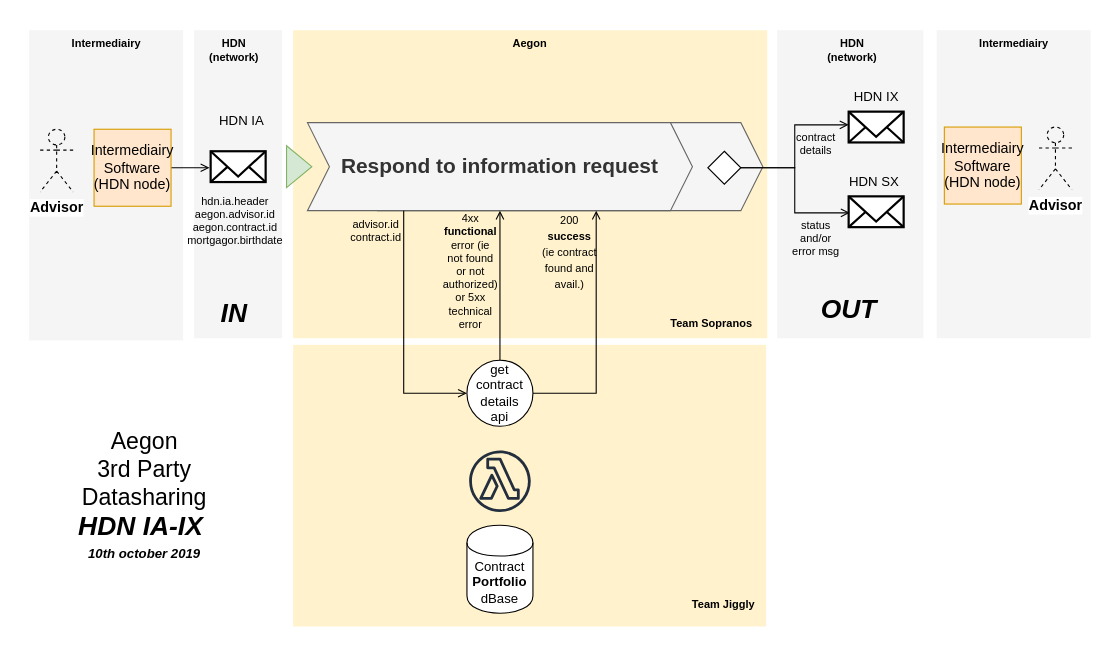
Above: page "Communicatie" (1 of 11) of 3rdParty-HDN.drawio in luchthandel/diagrams (draw.io), before the change. Source tidied: cells renumbered, new cells numbered last; positions are measured from the earlier drawing's top-left corner, leaving out a move shared by most shapes. Both pictures are drawn from the tidied source at 110%, with x=0, y=0 at pixel (29, 30).
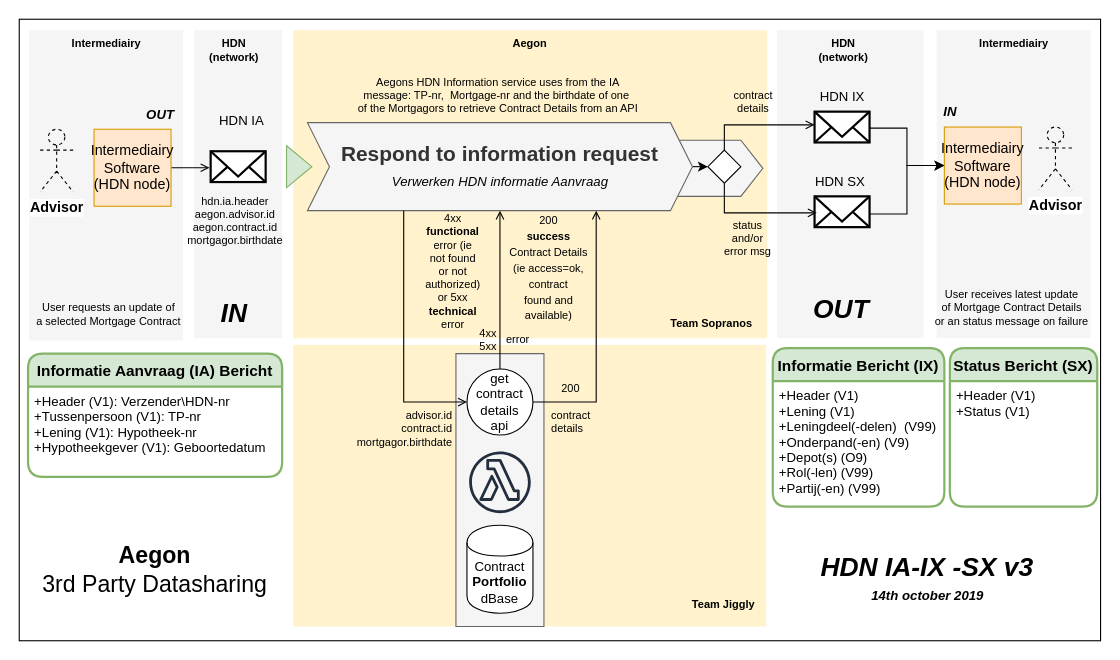
The same page after the edit.

The change refers to these unchanged cells:
```xml
<mxCell id="21" style="html=1;verticalLabelPosition=bottom;align=center;labelBackgroundColor=#ffffff;verticalAlign=top;strokeWidth=2;strokeColor=#000000;fillColor=#ffffff;shadow=0;dashed=0;shape=mxgraph.ios7.icons.mail;" parent="20" vertex="1">
  <mxGeometry x="5" y="27" width="50" height="28" as="geometry" />
</mxCell>
<mxCell id="44" value="Intermediairy&lt;br&gt;Software&lt;br&gt;(HDN node)" style="whiteSpace=wrap;html=1;strokeWidth=1;fillColor=#ffe6cc;fontSize=13;align=center;strokeColor=#d79b00;" parent="1" vertex="1">
  <mxGeometry x="832" y="88" width="70" height="70" as="geometry" />
</mxCell>
```

The edit, as a diff of the source:
```diff
@@
+    <mxCell id="54" style="rounded=0;whiteSpace=wrap;html=1;shadow=0;glass=0;comic=0;fontSize=11;align=center;fillColor=none;" parent="1" vertex="1">
+      <mxGeometry x="-9" y="-10" width="983" height="565" as="geometry" />
+    </mxCell>
@@
     <mxCell id="7" style="shape=step;perimeter=stepPerimeter;whiteSpace=wrap;html=1;fixedSize=1;fontSize=19;align=center;fillColor=#f5f5f5;strokeColor=#666666;fontColor=#333333;" parent="1" vertex="1">
-      <mxGeometry x="317" y="84" width="350" height="80" as="geometry" />
+      <mxGeometry x="317" y="100" width="350" height="51" as="geometry" />
     </mxCell>
+    <mxCell id="55" style="rounded=0;jettySize=auto;html=1;exitX=1;exitY=0.5;exitDx=0;exitDy=0;entryX=0;entryY=0.5;entryDx=0;entryDy=0;fontSize=11;" parent="1" edge="1" source="8" target="25">
+      <mxGeometry relative="1" as="geometry" />
+    </mxCell>
-    <mxCell id="8" value="&lt;b&gt;Respond to information request&lt;/b&gt;" style="shape=step;perimeter=stepPerimeter;whiteSpace=wrap;html=1;fixedSize=1;fontSize=19;align=center;fillColor=#f5f5f5;strokeColor=#666666;fontColor=#333333;" parent="1" vertex="1">
+    <mxCell id="8" value="&lt;b&gt;Respond to information request&lt;br&gt;&lt;br&gt;&lt;/b&gt;" style="shape=step;perimeter=stepPerimeter;whiteSpace=wrap;html=1;fixedSize=1;fontSize=19;align=center;fillColor=#f5f5f5;strokeColor=#666666;fontColor=#333333;" parent="1" vertex="1">
       <mxGeometry x="253" y="84" width="350" height="80" as="geometry" />
     </mxCell>
@@
-    <mxCell id="10" style="edgeStyle=orthogonalEdgeStyle;rounded=0;jettySize=auto;html=1;exitX=0.25;exitY=1;exitDx=0;exitDy=0;entryX=0;entryY=0.5;entryDx=0;entryDy=0;endArrow=open;endFill=0;" parent="1" edge="1" source="8" target="28">
-      <mxGeometry relative="1" as="geometry" />
-    </mxCell>
@@
-    <mxCell id="14" style="group;" parent="1" vertex="1">
-      <mxGeometry x="691" y="47" width="110" height="260" as="geometry" />
-    </mxCell>
-    <mxCell id="15" style="html=1;verticalLabelPosition=bottom;align=center;labelBackgroundColor=#ffffff;verticalAlign=top;strokeWidth=2;strokeColor=#000000;fillColor=#ffffff;shadow=0;dashed=0;shape=mxgraph.ios7.icons.mail;" parent="14" vertex="1">
-      <mxGeometry x="54" y="27" width="50" height="28" as="geometry" />
-    </mxCell>
-    <mxCell id="16" value="HDN IX" style="text;html=1;align=center;" parent="14" vertex="1">
-      <mxGeometry x="51" width="55" height="30" as="geometry" />
-    </mxCell>
-    <mxCell id="17" value="contract&lt;br&gt;details" style="text;html=1;align=center;fontSize=10;" parent="14" vertex="1">
-      <mxGeometry x="-4" y="37.5" width="55" height="35" as="geometry" />
-    </mxCell>
-    <mxCell id="18" style="group;" parent="14" vertex="1">
-      <mxGeometry x="27.5" y="185" width="53" height="43" as="geometry" />
-    </mxCell>
-    <mxCell id="19" value="&lt;b style=&quot;font-size: 24px ; font-style: italic&quot;&gt;OUT&lt;/b&gt;" style="text;html=1;strokeColor=none;fillColor=none;align=center;verticalAlign=middle;whiteSpace=wrap;rounded=0;" parent="18" vertex="1">
-      <mxGeometry width="53" height="43" as="geometry" />
-    </mxCell>
     <mxCell id="20" style="group;" parent="1" vertex="1">
-      <mxGeometry x="740" y="124" width="55" height="55" as="geometry" />
+      <mxGeometry x="709" y="124" width="55" height="55" as="geometry" />
     </mxCell>
@@
-    <mxCell id="23" style="rounded=0;jettySize=auto;html=1;exitX=1;exitY=0.5;exitDx=0;exitDy=0;entryX=0;entryY=0.429;entryDx=0;entryDy=0;entryPerimeter=0;endArrow=open;endFill=0;fontSize=10;edgeStyle=orthogonalEdgeStyle;" parent="1" edge="1" source="25" target="15">
+    <mxCell id="23" style="rounded=0;jettySize=auto;html=1;exitX=0.5;exitY=0;exitDx=0;exitDy=0;entryX=0;entryY=0.429;entryDx=0;entryDy=0;entryPerimeter=0;endArrow=open;endFill=0;fontSize=10;edgeStyle=orthogonalEdgeStyle;" parent="1" edge="1" source="25" target="15">
       <mxGeometry relative="1" as="geometry" />
     </mxCell>
-    <mxCell id="24" style="edgeStyle=orthogonalEdgeStyle;rounded=0;jettySize=auto;html=1;exitX=1;exitY=0.5;exitDx=0;exitDy=0;entryX=0.02;entryY=0.536;entryDx=0;entryDy=0;entryPerimeter=0;endArrow=open;endFill=0;fontSize=10;" parent="1" edge="1" source="25" target="21">
-      <mxGeometry relative="1" as="geometry" />
+    <mxCell id="24" style="rounded=0;jettySize=auto;html=1;exitX=0.5;exitY=1;exitDx=0;exitDy=0;endArrow=open;endFill=0;fontSize=10;edgeStyle=orthogonalEdgeStyle;" parent="1" edge="1" source="25">
+      <mxGeometry relative="1" as="geometry">
+        <mxPoint x="716" y="166" as="targetPoint" />
+        <Array as="points">
+          <mxPoint x="632" y="166" />
+        </Array>
+      </mxGeometry>
     </mxCell>
     <mxCell id="25" style="rhombus;whiteSpace=wrap;html=1;strokeColor=#000000;align=center;" parent="1" vertex="1">
-      <mxGeometry x="617" y="110" width="30" height="30" as="geometry" />
+      <mxGeometry x="617" y="109" width="30" height="30" as="geometry" />
     </mxCell>
     <mxCell id="26" style="group;" parent="1" vertex="1">
-      <mxGeometry x="393" y="300" width="70" height="230" as="geometry" />
+      <mxGeometry x="393" y="300" width="164" height="230" as="geometry" />
     </mxCell>
+    <mxCell id="56" value="&lt;b&gt;&lt;br&gt;&lt;/b&gt;" style="shape=step;perimeter=stepPerimeter;whiteSpace=wrap;html=1;fixedSize=1;fontSize=19;align=center;fillColor=#f5f5f5;strokeColor=#666666;fontColor=#333333;rotation=-90;size=-1.3333333333333712;" parent="26" vertex="1">
+      <mxGeometry x="-89" y="78" width="248" height="80" as="geometry" />
+    </mxCell>
@@
     <mxCell id="28" value="get&lt;br&gt;contract&lt;br&gt;details&lt;br&gt;api" style="ellipse;whiteSpace=wrap;html=1;align=center;" parent="26" vertex="1">
-      <mxGeometry x="5" width="60" height="60" as="geometry" />
+      <mxGeometry x="5" y="8" width="60" height="60" as="geometry" />
     </mxCell>
     <mxCell id="29" style="fontColor=#232F3E;gradientColor=none;strokeColor=#232F3E;fillColor=none;dashed=0;verticalLabelPosition=bottom;verticalAlign=top;align=center;html=1;fontSize=12;fontStyle=0;shape=mxgraph.aws4.resourceIcon;resIcon=mxgraph.aws4.lambda_function;" parent="26" vertex="1">
-      <mxGeometry y="75" width="70" height="70" as="geometry" />
+      <mxGeometry y="76" width="70" height="70" as="geometry" />
     </mxCell>
-    <mxCell id="30" style="rounded=0;jettySize=auto;html=1;entryX=0.75;entryY=1;entryDx=0;entryDy=0;endArrow=open;endFill=0;edgeStyle=orthogonalEdgeStyle;" parent="1" edge="1" target="8">
+    <mxCell id="30" style="rounded=0;jettySize=auto;html=1;entryX=0.75;entryY=1;entryDx=0;entryDy=0;endArrow=open;endFill=0;exitX=1;exitY=0.5;exitDx=0;exitDy=0;edgeStyle=orthogonalEdgeStyle;" parent="1" edge="1" source="28" target="8">
       <mxGeometry relative="1" as="geometry">
-        <mxPoint x="458" y="330" as="sourcePoint" />
         <Array as="points">
-          <mxPoint x="516" y="330" />
+          <mxPoint x="516" y="338" />
         </Array>
       </mxGeometry>
     </mxCell>
@@
-    <mxCell id="32" value="&lt;font style=&quot;font-size: 10px&quot;&gt;200&lt;br&gt;&lt;b&gt;success&lt;/b&gt;&lt;br&gt;(ie contract&lt;br&gt;found and &lt;br&gt;avail.)&lt;/font&gt;" style="text;html=1;align=center;" parent="1" vertex="1">
-      <mxGeometry x="463" y="159" width="55" height="80" as="geometry" />
+    <mxCell id="32" value="&lt;font style=&quot;font-size: 10px&quot;&gt;200&lt;br&gt;&lt;b&gt;success&lt;/b&gt;&lt;br&gt;Contract Details&lt;br&gt;(ie access=ok,&lt;br&gt;contract&lt;br&gt;found and &lt;br&gt;available)&lt;/font&gt;" style="text;html=1;align=center;" parent="1" vertex="1">
+      <mxGeometry x="430" y="159" width="83" height="80" as="geometry" />
     </mxCell>
-    <mxCell id="33" value="4xx&lt;br style=&quot;font-size: 10px&quot;&gt;&lt;b style=&quot;font-size: 10px&quot;&gt;functional&lt;/b&gt;&lt;br style=&quot;font-size: 10px&quot;&gt;error&amp;nbsp;(ie &lt;br style=&quot;font-size: 10px&quot;&gt;not found &lt;br&gt;or&amp;nbsp;not &lt;br&gt;authorized)&lt;br style=&quot;font-size: 10px&quot;&gt;or 5xx &lt;br&gt;technical&lt;br style=&quot;font-size: 10px&quot;&gt;error" style="text;html=1;align=center;fontSize=10;" parent="1" vertex="1">
-      <mxGeometry x="373" y="159" width="55" height="110" as="geometry" />
+    <mxCell id="33" value="4xx&lt;br style=&quot;font-size: 10px&quot;&gt;&lt;b style=&quot;font-size: 10px&quot;&gt;functional&lt;/b&gt;&lt;br style=&quot;font-size: 10px&quot;&gt;error&amp;nbsp;(ie &lt;br style=&quot;font-size: 10px&quot;&gt;not found &lt;br&gt;or&amp;nbsp;not &lt;br&gt;authorized)&lt;br style=&quot;font-size: 10px&quot;&gt;or 5xx &lt;br&gt;&lt;b&gt;technical&lt;/b&gt;&lt;br style=&quot;font-size: 10px&quot;&gt;error" style="text;html=1;align=center;fontSize=10;" parent="1" vertex="1">
+      <mxGeometry x="341" y="159" width="88" height="110" as="geometry" />
     </mxCell>
-    <mxCell id="34" value="advisor.id&lt;br&gt;contract.id" style="text;html=1;align=center;fontSize=10;" parent="1" vertex="1">
-      <mxGeometry x="287" y="164" width="55" height="35" as="geometry" />
+    <mxCell id="34" value="advisor.id&lt;br&gt;contract.id&lt;br&gt;mortgagor.birthdate" style="text;html=1;align=right;fontSize=10;" parent="1" vertex="1">
+      <mxGeometry x="312" y="338" width="74" height="35" as="geometry" />
     </mxCell>
@@
     <mxCell id="36" value="status&lt;br&gt;and/or&lt;br&gt;error msg" style="text;html=1;align=center;fontSize=10;" parent="1" vertex="1">
-      <mxGeometry x="687.5" y="164.5" width="55" height="35" as="geometry" />
+      <mxGeometry x="625" y="165" width="55" height="35" as="geometry" />
     </mxCell>
-    <mxCell id="37" style="group;" parent="1" vertex="1">
-      <mxGeometry x="25" y="360" width="160" height="106" as="geometry" />
-    </mxCell>
-    <mxCell id="38" value="&lt;span style=&quot;font-size: 21px&quot;&gt;Aegon&lt;br&gt;3rd Party Datasharing&lt;br&gt;&lt;/span&gt;&lt;b style=&quot;font-size: 24px ; font-style: italic&quot;&gt;HDN IA-IX&amp;nbsp;&lt;/b&gt;" style="text;html=1;strokeColor=none;fillColor=none;align=center;verticalAlign=middle;whiteSpace=wrap;rounded=0;" parent="37" vertex="1">
-      <mxGeometry width="160" height="106" as="geometry" />
-    </mxCell>
-    <mxCell id="39" value="&lt;font&gt;&lt;b&gt;&lt;i&gt;10th october 2019&lt;/i&gt;&lt;/b&gt;&lt;br&gt;&lt;/font&gt;" style="text;html=1;strokeColor=none;fillColor=none;align=center;verticalAlign=middle;whiteSpace=wrap;rounded=0;" parent="37" vertex="1">
-      <mxGeometry x="10" y="106" width="140" height="19" as="geometry" />
-    </mxCell>
@@
     <mxCell id="50" value="HDN&lt;br&gt;(network)" style="text;html=1;align=center;fontSize=10;fontStyle=1;" parent="1" vertex="1">
-      <mxGeometry x="720.5" width="55" height="35" as="geometry" />
+      <mxGeometry x="712.5" width="55" height="35" as="geometry" />
     </mxCell>
@@
+    <mxCell id="57" value="Verwerken HDN informatie Aanvraag" style="text;html=1;align=center;fontStyle=2;" parent="1" vertex="1">
+      <mxGeometry x="268" y="124" width="319" height="28" as="geometry" />
+    </mxCell>
+    <mxCell id="58" value="Informatie Aanvraag (IA) Bericht" style="swimlane;horizontal=1;startSize=30;fillColor=#d5e8d4;rounded=1;fontSize=14;fontStyle=1;strokeWidth=2;shadow=0;dashed=0;align=center;strokeColor=#82b366;" parent="1" vertex="1">
+      <mxGeometry x="-1" y="294" width="231" height="112" as="geometry" />
+    </mxCell>
+    <mxCell id="59" value="+Header (V1): Verzender\HDN-nr&#10;+Tussenpersoon (V1): TP-nr&#10;+Lening (V1): Hypotheek-nr &#10;+Hypotheekgever (V1): Geboortedatum" style="align=left;strokeColor=none;fillColor=none;spacingLeft=4;fontSize=12;verticalAlign=top;" parent="58" vertex="1">
+      <mxGeometry y="30" width="231" height="82" as="geometry" />
+    </mxCell>
+    <mxCell id="60" value="Informatie Bericht (IX)" style="swimlane;horizontal=1;startSize=30;fillColor=#d5e8d4;rounded=1;fontSize=14;fontStyle=1;strokeWidth=2;shadow=0;dashed=0;align=center;strokeColor=#82b366;" parent="1" vertex="1">
+      <mxGeometry x="676" y="289" width="156" height="144" as="geometry" />
+    </mxCell>
+    <mxCell id="61" value="+Header (V1)&#10;+Lening (V1)&#10;+Leningdeel(-delen)  (V99)&#10;+Onderpand(-en) (V9)&#10;+Depot(s) (O9)&#10;+Rol(-len) (V99)&#10;+Partij(-en) (V99)" style="align=left;strokeColor=none;fillColor=none;spacingLeft=4;fontSize=12;verticalAlign=top;" parent="60" vertex="1">
+      <mxGeometry y="30" width="156" height="114" as="geometry" />
+    </mxCell>
+    <mxCell id="10" style="edgeStyle=orthogonalEdgeStyle;rounded=0;jettySize=auto;html=1;exitX=0.25;exitY=1;exitDx=0;exitDy=0;entryX=0;entryY=0.5;entryDx=0;entryDy=0;endArrow=open;endFill=0;" parent="1" edge="1" source="8" target="28">
+      <mxGeometry relative="1" as="geometry" />
+    </mxCell>
+    <mxCell id="62" value="4xx&lt;br&gt;5xx" style="text;html=1;align=center;fontSize=10;" parent="1" vertex="1">
+      <mxGeometry x="403" y="262.5" width="27" height="38" as="geometry" />
+    </mxCell>
+    <mxCell id="63" value="200" style="text;html=1;align=center;fontSize=10;" parent="1" vertex="1">
+      <mxGeometry x="478.5" y="313" width="27" height="25" as="geometry" />
+    </mxCell>
+    <mxCell id="64" style="rounded=0;jettySize=auto;html=1;exitX=1;exitY=0.536;exitDx=0;exitDy=0;entryX=0;entryY=0.5;entryDx=0;entryDy=0;fontSize=11;exitPerimeter=0;edgeStyle=orthogonalEdgeStyle;" parent="1" edge="1" source="15" target="44">
+      <mxGeometry relative="1" as="geometry" />
+    </mxCell>
+    <mxCell id="65" style="rounded=0;jettySize=auto;html=1;exitX=1;exitY=0.571;exitDx=0;exitDy=0;entryX=0;entryY=0.5;entryDx=0;entryDy=0;fontSize=11;exitPerimeter=0;edgeStyle=orthogonalEdgeStyle;" parent="1" edge="1" source="21" target="44">
+      <mxGeometry relative="1" as="geometry" />
+    </mxCell>
+    <mxCell id="66" style="group;" parent="1" vertex="1">
+      <mxGeometry x="817" y="60" width="41" height="28" as="geometry" />
+    </mxCell>
+    <mxCell id="67" value="&lt;b style=&quot;font-style: italic&quot;&gt;&lt;font style=&quot;font-size: 12px&quot;&gt;IN&lt;/font&gt;&lt;/b&gt;" style="text;html=1;strokeColor=none;fillColor=none;align=center;verticalAlign=middle;whiteSpace=wrap;rounded=0;" parent="66" vertex="1">
+      <mxGeometry width="41" height="28" as="geometry" />
+    </mxCell>
+    <mxCell id="68" style="group;" parent="1" vertex="1">
+      <mxGeometry x="99" y="63" width="41" height="28" as="geometry" />
+    </mxCell>
+    <mxCell id="69" value="&lt;b style=&quot;font-style: italic&quot;&gt;&lt;font style=&quot;font-size: 12px&quot;&gt;OUT&lt;/font&gt;&lt;/b&gt;" style="text;html=1;strokeColor=none;fillColor=none;align=center;verticalAlign=middle;whiteSpace=wrap;rounded=0;" parent="68" vertex="1">
+      <mxGeometry width="41" height="28" as="geometry" />
+    </mxCell>
+    <mxCell id="70" value="contract&lt;br&gt;details" style="text;html=1;align=left;fontSize=10;" parent="1" vertex="1">
+      <mxGeometry x="473" y="338" width="58" height="35" as="geometry" />
+    </mxCell>
+    <mxCell id="71" value="error" style="text;html=1;align=left;fontSize=10;" parent="1" vertex="1">
+      <mxGeometry x="432" y="269" width="31" height="26" as="geometry" />
+    </mxCell>
+    <mxCell id="72" value="User requests an update of&lt;br&gt;a selected Mortgage Contract" style="text;html=1;align=center;fontSize=10;" parent="1" vertex="1">
+      <mxGeometry y="239.5" width="144" height="35" as="geometry" />
+    </mxCell>
+    <mxCell id="73" value="User receives latest update&lt;br&gt;of Mortgage Contract Details&lt;br&gt;or an status message on failure" style="text;html=1;align=center;fontSize=10;" parent="1" vertex="1">
+      <mxGeometry x="821" y="227.5" width="144" height="35" as="geometry" />
+    </mxCell>
+    <mxCell id="74" value="Aegons HDN Information service uses from the IA &lt;br&gt;message: TP-nr,&amp;nbsp; Mortgage-nr and the birthdate of one&amp;nbsp;&lt;br&gt;of the&amp;nbsp;Mortgagors to retrieve Contract Details from an API" style="text;html=1;align=center;fontSize=10;" parent="1" vertex="1">
+      <mxGeometry x="299" y="35" width="254" height="35" as="geometry" />
+    </mxCell>
+    <mxCell id="75" value="&lt;span style=&quot;font-size: 21px&quot;&gt;&lt;b&gt;Aegon&lt;/b&gt;&lt;br&gt;3rd Party Datasharing&lt;/span&gt;" style="text;html=1;strokeColor=none;fillColor=none;align=center;verticalAlign=middle;whiteSpace=wrap;rounded=0;" parent="1" vertex="1">
+      <mxGeometry x="9" y="437" width="211" height="106" as="geometry" />
+    </mxCell>
+    <mxCell id="76" style="group;" parent="1" vertex="1">
+      <mxGeometry x="711" y="436" width="211" height="106" as="geometry" />
+    </mxCell>
+    <mxCell id="38" value="&lt;b style=&quot;font-size: 24px ; font-style: italic&quot;&gt;HDN IA-IX -SX v3&lt;/b&gt;" style="text;html=1;strokeColor=none;fillColor=none;align=center;verticalAlign=middle;whiteSpace=wrap;rounded=0;" parent="76" vertex="1">
+      <mxGeometry width="211" height="106" as="geometry" />
+    </mxCell>
+    <mxCell id="39" value="&lt;font&gt;&lt;b&gt;&lt;i&gt;14th october 2019&lt;/i&gt;&lt;/b&gt;&lt;br&gt;&lt;/font&gt;" style="text;html=1;strokeColor=none;fillColor=none;align=center;verticalAlign=middle;whiteSpace=wrap;rounded=0;" parent="76" vertex="1">
+      <mxGeometry x="35.5" y="68" width="140" height="19" as="geometry" />
+    </mxCell>
+    <mxCell id="77" value="Status Bericht (SX)" style="swimlane;horizontal=1;startSize=30;fillColor=#d5e8d4;rounded=1;fontSize=14;fontStyle=1;strokeWidth=2;shadow=0;dashed=0;align=center;strokeColor=#82b366;" parent="1" vertex="1">
+      <mxGeometry x="837" y="289" width="134" height="144" as="geometry" />
+    </mxCell>
+    <mxCell id="78" value="+Header (V1)&#10;+Status (V1)" style="align=left;strokeColor=none;fillColor=none;spacingLeft=4;fontSize=12;verticalAlign=top;" parent="77" vertex="1">
+      <mxGeometry y="30" width="134" height="114" as="geometry" />
+    </mxCell>
+    <mxCell id="17" value="contract&lt;br&gt;details" style="text;html=1;align=center;fontSize=10;" parent="1" vertex="1">
+      <mxGeometry x="630.5" y="47" width="55" height="35" as="geometry" />
+    </mxCell>
+    <mxCell id="18" style="group;" parent="1" vertex="1">
+      <mxGeometry x="711.5" y="232" width="53" height="43" as="geometry" />
+    </mxCell>
+    <mxCell id="19" value="&lt;b style=&quot;font-size: 24px ; font-style: italic&quot;&gt;OUT&lt;/b&gt;" style="text;html=1;strokeColor=none;fillColor=none;align=center;verticalAlign=middle;whiteSpace=wrap;rounded=0;" parent="18" vertex="1">
+      <mxGeometry width="53" height="43" as="geometry" />
+    </mxCell>
+    <mxCell id="79" style="group;" parent="1" vertex="1">
+      <mxGeometry x="711" y="47" width="55" height="55" as="geometry" />
+    </mxCell>
+    <mxCell id="15" style="html=1;verticalLabelPosition=bottom;align=center;labelBackgroundColor=#ffffff;verticalAlign=top;strokeWidth=2;strokeColor=#000000;fillColor=#ffffff;shadow=0;dashed=0;shape=mxgraph.ios7.icons.mail;" parent="79" vertex="1">
+      <mxGeometry x="3" y="27" width="50" height="28" as="geometry" />
+    </mxCell>
+    <mxCell id="16" value="HDN IX" style="text;html=1;align=center;" parent="79" vertex="1">
+      <mxGeometry width="55" height="30" as="geometry" />
+    </mxCell>
```
